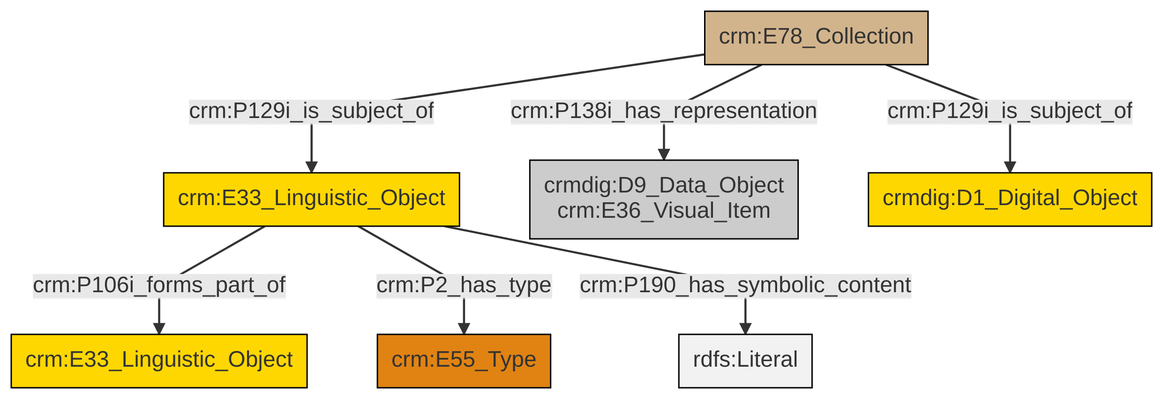
The Mermaid diagram et/archivalCSV/ttl/mmd/png/archival_docs.png in swiss-art-research-net/docs.swissartresearch, before a commit. Its source is kept beside it as et/archivalCSV/ttl/mmd/archival_docs.ttl.mmd.
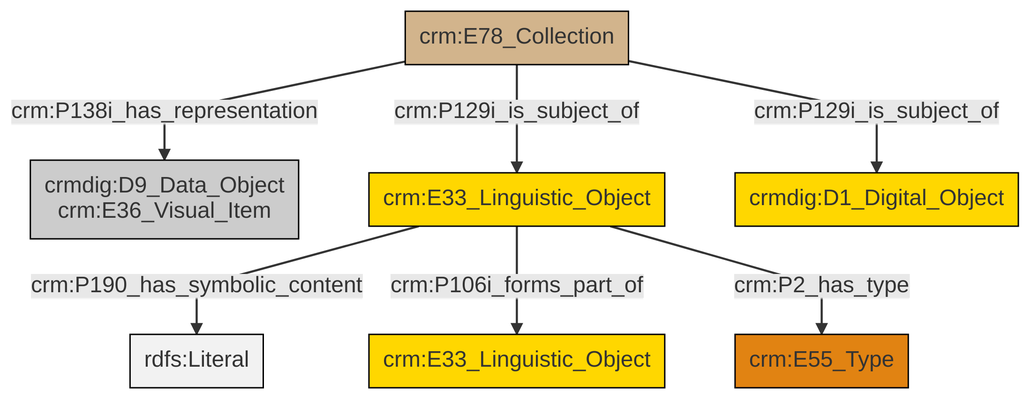
Later version of the same file.

What changed in the source:
```diff
@@ -13,9 +13,9 @@
 classDef PC_Classes fill:#4ce600, stroke:#000000;
 classDef Multi fill:#cccccc,stroke:#000000;
 
-0["crm:E78_Collection"]:::Physical_Thing -->|crm:P129i_is_subject_of| 1["crm:E33_Linguistic_Object"]:::Conceptual_Object
-1["crm:E33_Linguistic_Object"]:::Conceptual_Object -->|crm:P106i_forms_part_of| 5["crm:E33_Linguistic_Object"]:::Conceptual_Object
-1["crm:E33_Linguistic_Object"]:::Conceptual_Object -->|crm:P2_has_type| 6["crm:E55_Type"]:::Type
-0["crm:E78_Collection"]:::Physical_Thing -->|crm:P129i_is_subject_of| 7["crmdig:D1_Digital_Object"]:::Conceptual_Object
-1["crm:E33_Linguistic_Object"]:::Conceptual_Object -->|crm:P190_has_symbolic_content| 11[rdfs:Literal]:::Literal
-0["crm:E78_Collection"]:::Physical_Thing -->|crm:P138i_has_representation| 3["crmdig:D9_Data_Object<br>crm:E36_Visual_Item"]:::Multi
+2["crm:E33_Linguistic_Object"]:::Conceptual_Object -->|crm:P190_has_symbolic_content| 3[rdfs:Literal]:::Literal
+6["crm:E78_Collection"]:::Physical_Thing -->|crm:P138i_has_representation| 0["crmdig:D9_Data_Object<br>crm:E36_Visual_Item"]:::Multi
+2["crm:E33_Linguistic_Object"]:::Conceptual_Object -->|crm:P106i_forms_part_of| 7["crm:E33_Linguistic_Object"]:::Conceptual_Object
+2["crm:E33_Linguistic_Object"]:::Conceptual_Object -->|crm:P2_has_type| 4["crm:E55_Type"]:::Type
+6["crm:E78_Collection"]:::Physical_Thing -->|crm:P129i_is_subject_of| 2["crm:E33_Linguistic_Object"]:::Conceptual_Object
+6["crm:E78_Collection"]:::Physical_Thing -->|crm:P129i_is_subject_of| 10["crmdig:D1_Digital_Object"]:::Conceptual_Object
```
